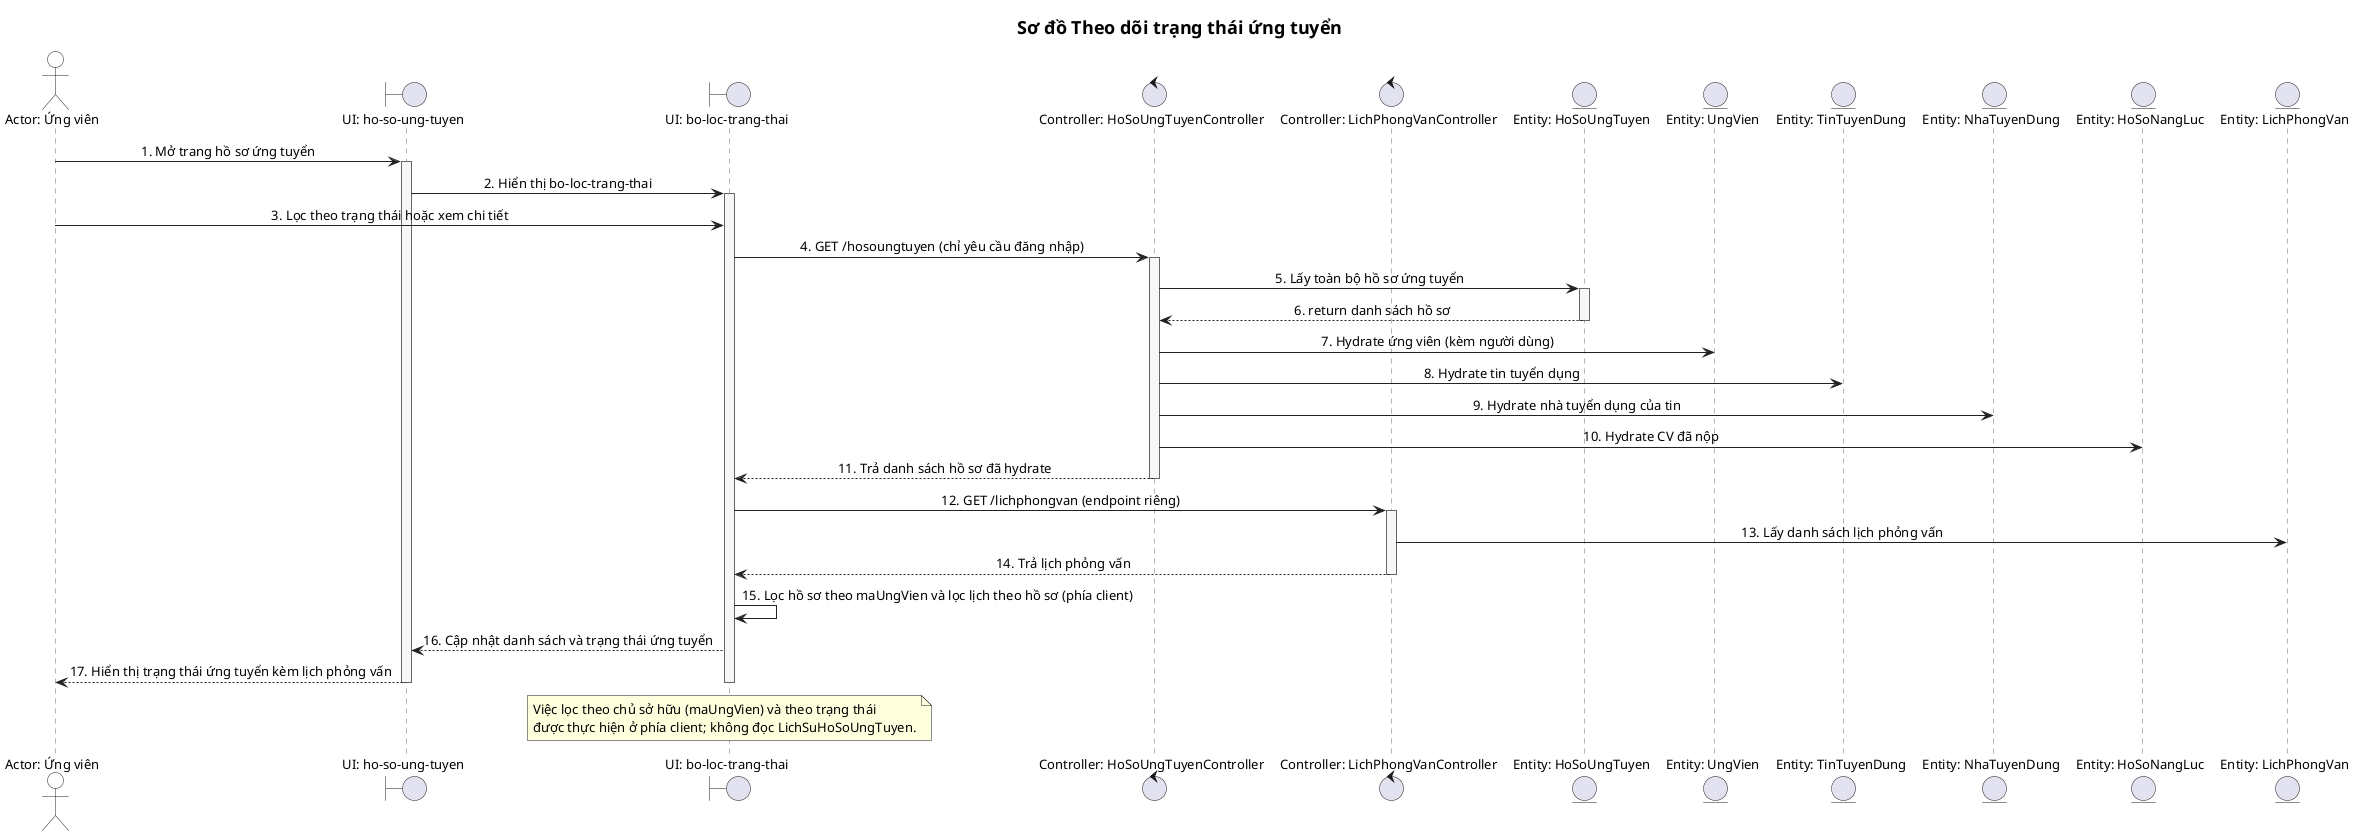
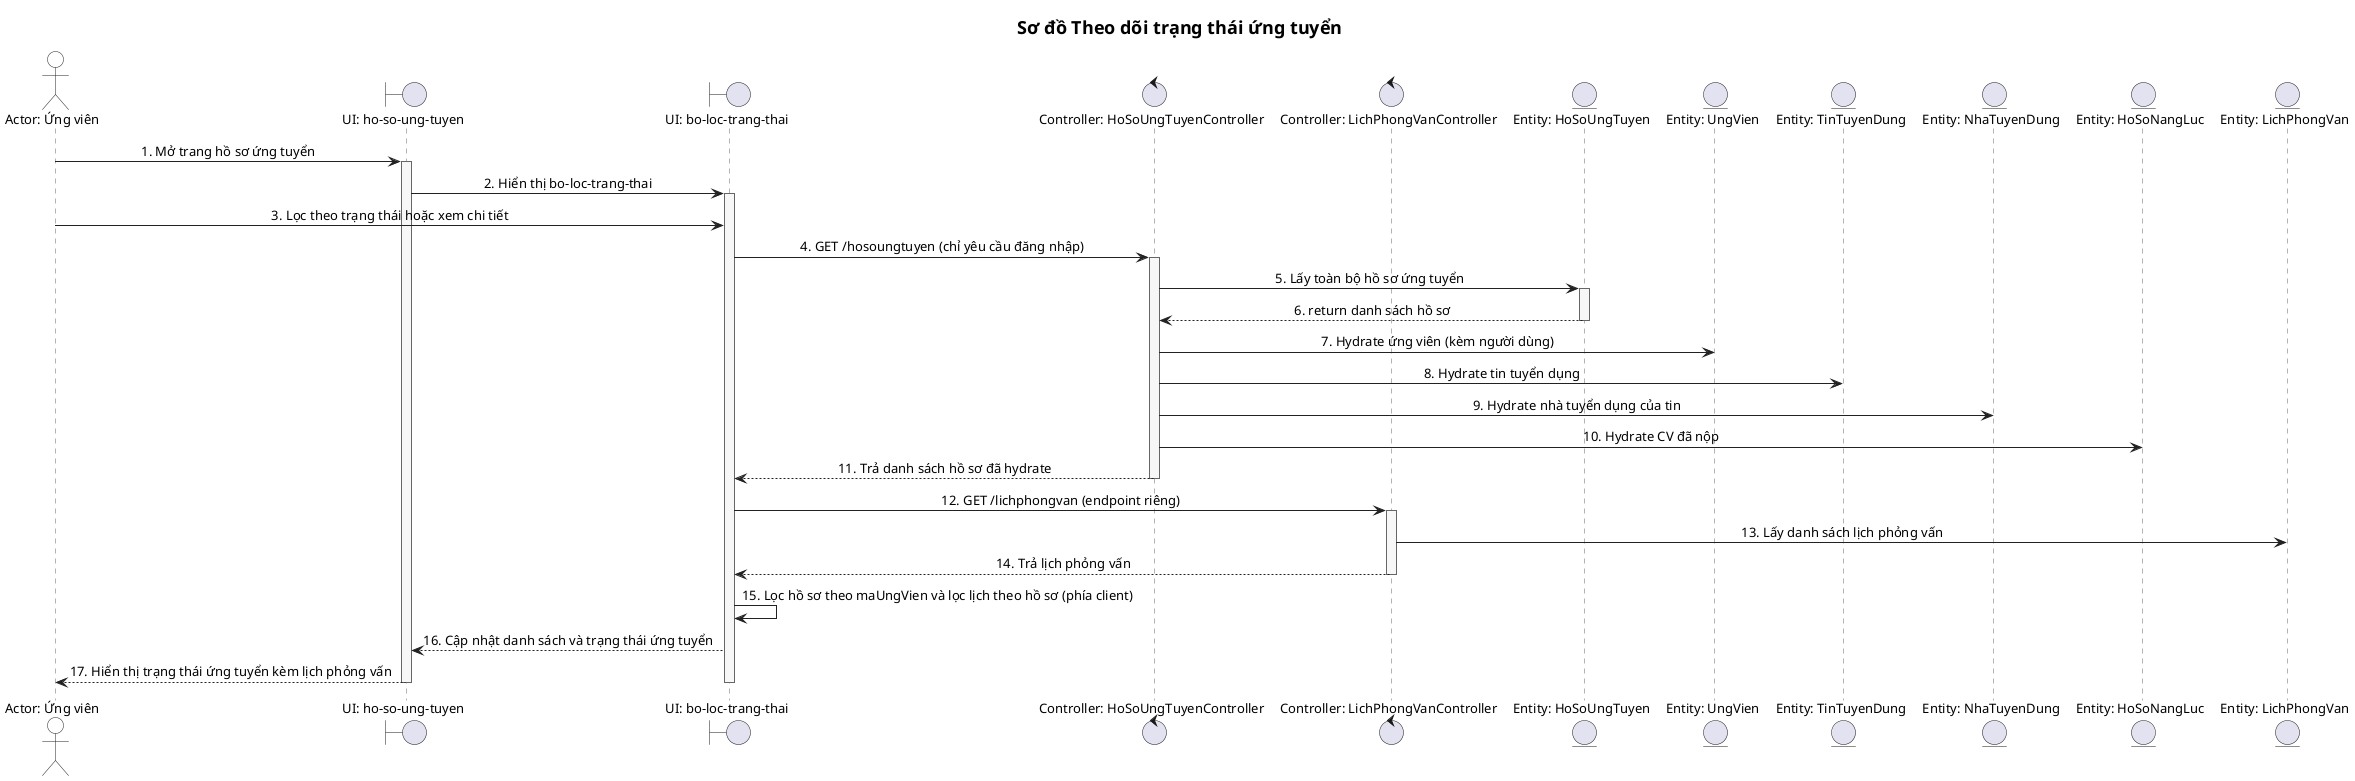
@startuml
skinparam defaultFontName "Segoe UI"
skinparam titleFontName "Segoe UI"
skinparam defaultFontSize 13
skinparam titleFontSize 18
skinparam shadowing false
skinparam linetype ortho
skinparam sequenceMessageAlign center
skinparam sequence {
  ArrowColor #222222
  LifeLineBorderColor #666666
  LifeLineBackgroundColor #F7F7F7
  ParticipantBorderColor #222222
  ParticipantBackgroundColor White
  ActorBorderColor #222222
  ActorBackgroundColor White
  BoxBorderColor #888888
  GroupBorderColor #222222
  GroupHeaderFontColor #222222
}
title Sơ đồ Theo dõi trạng thái ứng tuyển

actor "Actor: Ứng viên" as Actor
boundary "UI: ho-so-ung-tuyen" as UI
boundary "UI: bo-loc-trang-thai" as Form
control "Controller: HoSoUngTuyenController" as Controller
control "Controller: LichPhongVanController" as LichController
entity "Entity: HoSoUngTuyen" as MainEntity
entity "Entity: UngVien" as UngVien
entity "Entity: TinTuyenDung" as TinTuyenDung
entity "Entity: NhaTuyenDung" as NhaTuyenDung
entity "Entity: HoSoNangLuc" as HoSoNangLuc
entity "Entity: LichPhongVan" as LichPhongVan

Actor -> UI : 1. Mở trang hồ sơ ứng tuyển
activate UI
UI -> Form : 2. Hiển thị bo-loc-trang-thai
activate Form
Actor -> Form : 3. Lọc theo trạng thái hoặc xem chi tiết

Form -> Controller : 4. GET /hosoungtuyen (chỉ yêu cầu đăng nhập)
activate Controller
Controller -> MainEntity : 5. Lấy toàn bộ hồ sơ ứng tuyển
activate MainEntity
MainEntity --> Controller : 6. return danh sách hồ sơ
deactivate MainEntity
Controller -> UngVien : 7. Hydrate ứng viên (kèm người dùng)
Controller -> TinTuyenDung : 8. Hydrate tin tuyển dụng
Controller -> NhaTuyenDung : 9. Hydrate nhà tuyển dụng của tin
Controller -> HoSoNangLuc : 10. Hydrate CV đã nộp
Controller --> Form : 11. Trả danh sách hồ sơ đã hydrate
deactivate Controller

Form -> LichController : 12. GET /lichphongvan (endpoint riêng)
activate LichController
LichController -> LichPhongVan : 13. Lấy danh sách lịch phỏng vấn
LichController --> Form : 14. Trả lịch phỏng vấn
deactivate LichController

Form -> Form : 15. Lọc hồ sơ theo maUngVien và lọc lịch theo hồ sơ (phía client)
Form --> UI : 16. Cập nhật danh sách và trạng thái ứng tuyển
UI --> Actor : 17. Hiển thị trạng thái ứng tuyển kèm lịch phỏng vấn
deactivate Form
deactivate UI
- 
- note over Form
-   Việc lọc theo chủ sở hữu (maUngVien) và theo trạng thái
-   được thực hiện ở phía client; không đọc LichSuHoSoUngTuyen.
- end note
@enduml
